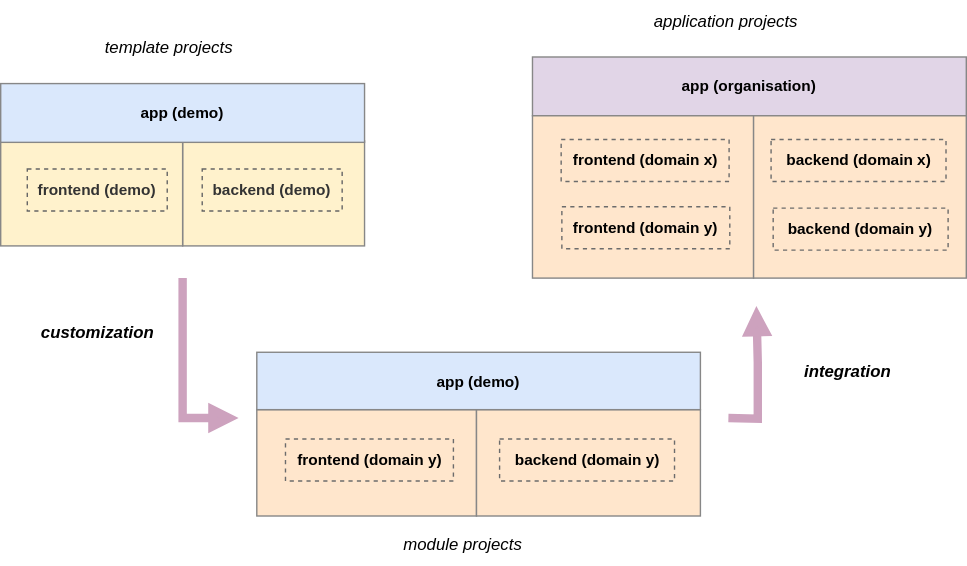
Before: docs/diagrams/pigal_development_cycle.drawio.svg, a diagram exported from draw.io (MalcomChumchouaPenda/Pigal-Flask). Source tidied: cells renumbered, new cells last; positions are measured from the earlier drawing's top-left corner, leaving out a move shared by most shapes.
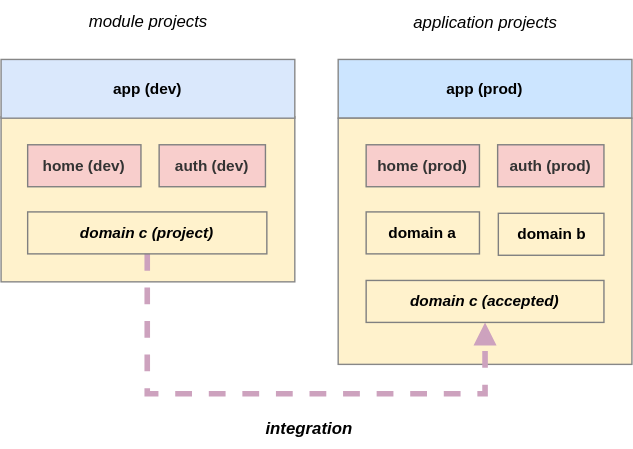
Above is the later version.

Diff of the diagram source:
```diff
@@ -2,86 +2,58 @@
   <root>
     <mxCell id="0" />
     <mxCell id="1" parent="0" />
-    <mxCell id="2" style="rounded=0;whiteSpace=wrap;html=1;fillColor=#fff2cc;strokeColor=#878787;fontStyle=1;fontSize=11;" parent="1" vertex="1">
-      <mxGeometry x="130" y="100" width="130" height="75" as="geometry" />
-    </mxCell>
-    <mxCell id="3" style="rounded=0;whiteSpace=wrap;html=1;fillColor=#fff2cc;strokeColor=#878787;fontStyle=1;fontSize=11;" parent="1" vertex="1">
-      <mxGeometry y="100" width="130" height="75" as="geometry" />
+    <mxCell id="3" style="rounded=0;whiteSpace=wrap;html=1;fillColor=#FFF2CC;strokeColor=#878787;fontStyle=1;fontSize=11;" parent="1" vertex="1">
+      <mxGeometry x="-49" y="21" width="210" height="118" as="geometry" />
     </mxCell>
-    <mxCell id="4" style="rounded=0;orthogonalLoop=1;jettySize=auto;html=1;strokeWidth=6;strokeColor=#CDA2BE;endArrow=block;endFill=1;edgeStyle=orthogonalEdgeStyle;" parent="1" edge="1">
-      <mxGeometry relative="1" as="geometry">
-        <mxPoint x="130" y="198" as="sourcePoint" />
-        <mxPoint x="170" y="298" as="targetPoint" />
-        <Array as="points">
-          <mxPoint x="130" y="298" />
-        </Array>
-      </mxGeometry>
-    </mxCell>
-    <mxCell id="5" style="rounded=0;whiteSpace=wrap;html=1;fillColor=#ffe6cc;strokeColor=#878787;fontStyle=1;fontSize=11;" parent="1" vertex="1">
-      <mxGeometry x="183" y="292" width="157" height="76" as="geometry" />
-    </mxCell>
-    <mxCell id="6" style="rounded=0;orthogonalLoop=1;jettySize=auto;html=1;strokeWidth=6;endArrow=block;endFill=1;strokeColor=#CDA2BE;edgeStyle=orthogonalEdgeStyle;" parent="1" edge="1">
-      <mxGeometry relative="1" as="geometry">
-        <mxPoint x="520" y="298" as="sourcePoint" />
-        <mxPoint x="540" y="218" as="targetPoint" />
-      </mxGeometry>
-    </mxCell>
-    <mxCell id="7" value="app (organisation)" style="rounded=0;whiteSpace=wrap;html=1;fillColor=#e1d5e7;fontStyle=1;fontSize=11;strokeColor=#878787;" parent="1" vertex="1">
-      <mxGeometry x="380" y="40" width="310" height="42" as="geometry" />
+    <mxCell id="7" value="app (prod)" style="rounded=0;whiteSpace=wrap;html=1;fillColor=#CCE5FF;fontStyle=1;fontSize=11;strokeColor=#878787;" parent="1" vertex="1">
+      <mxGeometry x="192" y="-20" width="210" height="42" as="geometry" />
     </mxCell>
-    <mxCell id="8" value="integration" style="text;html=1;strokeColor=none;fillColor=none;align=center;verticalAlign=middle;rounded=0;fontStyle=3;fontSize=12;" parent="1" vertex="1">
-      <mxGeometry x="560" y="250" width="90" height="30" as="geometry" />
-    </mxCell>
-    <mxCell id="9" value="customization" style="text;html=1;strokeColor=none;fillColor=none;align=center;verticalAlign=middle;rounded=0;fontStyle=3;fontSize=12;" parent="1" vertex="1">
-      <mxGeometry x="19" y="221.5" width="100" height="30" as="geometry" />
+    <mxCell id="9" value="integration" style="text;html=1;strokeColor=none;fillColor=none;align=center;verticalAlign=middle;rounded=0;fontStyle=3;fontSize=12;" parent="1" vertex="1">
+      <mxGeometry x="121" y="229" width="100" height="30" as="geometry" />
     </mxCell>
-    <mxCell id="10" value="module projects" style="text;html=1;strokeColor=none;fillColor=none;align=center;verticalAlign=middle;rounded=0;fontStyle=2;fontSize=12;" parent="1" vertex="1">
-      <mxGeometry x="272" y="374" width="115" height="30" as="geometry" />
-    </mxCell>
-    <mxCell id="11" value="template projects" style="text;html=1;strokeColor=none;fillColor=none;align=center;verticalAlign=middle;rounded=0;fontStyle=2;fontSize=12;" parent="1" vertex="1">
-      <mxGeometry x="39.5" y="19" width="160" height="30" as="geometry" />
+    <mxCell id="11" value="module projects" style="text;html=1;strokeColor=none;fillColor=none;align=center;verticalAlign=middle;rounded=0;fontStyle=2;fontSize=12;" parent="1" vertex="1">
+      <mxGeometry x="-49" y="-62" width="210" height="30" as="geometry" />
     </mxCell>
     <mxCell id="12" value="application projects" style="text;html=1;strokeColor=none;fillColor=none;align=center;verticalAlign=middle;rounded=0;fontStyle=2;fontSize=12;" parent="1" vertex="1">
-      <mxGeometry x="438" width="160" height="30" as="geometry" />
+      <mxGeometry x="192" y="-61" width="210" height="30" as="geometry" />
     </mxCell>
-    <mxCell id="13" value="app (demo)" style="rounded=0;whiteSpace=wrap;html=1;fillColor=#dae8fc;fontStyle=1;fontSize=11;strokeColor=#878787;" parent="1" vertex="1">
-      <mxGeometry y="59" width="260" height="42" as="geometry" />
+    <mxCell id="13" value="app (dev)" style="rounded=0;whiteSpace=wrap;html=1;fillColor=#dae8fc;fontStyle=1;fontSize=11;strokeColor=#878787;" parent="1" vertex="1">
+      <mxGeometry x="-49" y="-20" width="210" height="42" as="geometry" />
     </mxCell>
-    <mxCell id="14" style="rounded=0;whiteSpace=wrap;html=1;fillColor=#ffe6cc;strokeColor=#878787;fontStyle=1;fontSize=11;" parent="1" vertex="1">
-      <mxGeometry x="340" y="292" width="160" height="76" as="geometry" />
-    </mxCell>
-    <mxCell id="15" value="app (demo)" style="rounded=0;whiteSpace=wrap;html=1;fillColor=#dae8fc;fontStyle=1;fontSize=11;strokeColor=#878787;" parent="1" vertex="1">
-      <mxGeometry x="183" y="251" width="317" height="41" as="geometry" />
-    </mxCell>
-    <mxCell id="16" style="rounded=0;whiteSpace=wrap;html=1;fillColor=#ffe6cc;strokeColor=#878787;fontStyle=1;fontSize=11;" parent="1" vertex="1">
-      <mxGeometry x="380" y="82" width="158" height="116" as="geometry" />
+    <mxCell id="16" style="rounded=0;whiteSpace=wrap;html=1;fillColor=#FFF2CC;strokeColor=#878787;fontStyle=1;fontSize=11;" parent="1" vertex="1">
+      <mxGeometry x="192" y="22" width="210" height="176" as="geometry" />
     </mxCell>
-    <mxCell id="17" style="rounded=0;whiteSpace=wrap;html=1;fillColor=#ffe6cc;strokeColor=#878787;fontStyle=1;fontSize=11;" parent="1" vertex="1">
-      <mxGeometry x="538" y="82" width="152" height="116" as="geometry" />
-    </mxCell>
-    <mxCell id="18" value="frontend (demo)" style="text;html=1;align=center;verticalAlign=middle;whiteSpace=wrap;rounded=0;fontSize=11;fontStyle=1;dashed=1;fillColor=none;fontColor=#333333;strokeColor=#666666;" parent="1" vertex="1">
-      <mxGeometry x="19" y="120" width="100" height="30" as="geometry" />
+    <mxCell id="18" value="home (dev)" style="text;html=1;align=center;verticalAlign=middle;whiteSpace=wrap;rounded=0;fontSize=11;fontStyle=1;fillColor=#F8CECC;fontColor=#333333;strokeColor=#808080;" parent="1" vertex="1">
+      <mxGeometry x="-30" y="41" width="81" height="30" as="geometry" />
     </mxCell>
-    <mxCell id="19" value="frontend (domain x)" style="text;html=1;align=center;verticalAlign=middle;whiteSpace=wrap;rounded=0;fontSize=11;fontStyle=1;fillColor=none;strokeColor=#6C6C6C;dashed=1;" parent="1" vertex="1">
-      <mxGeometry x="400.5" y="99" width="120" height="30" as="geometry" />
-    </mxCell>
-    <mxCell id="20" value="backend (domain x)" style="text;html=1;align=center;verticalAlign=middle;whiteSpace=wrap;rounded=0;fontSize=11;fontStyle=1;fillColor=none;strokeColor=#6C6C6C;dashed=1;" parent="1" vertex="1">
-      <mxGeometry x="550.5" y="99" width="125" height="30" as="geometry" />
-    </mxCell>
-    <mxCell id="21" value="frontend (domain y)" style="text;html=1;align=center;verticalAlign=middle;whiteSpace=wrap;rounded=0;fontSize=11;fontStyle=1;fillColor=none;strokeColor=#6C6C6C;dashed=1;" parent="1" vertex="1">
-      <mxGeometry x="401" y="147" width="120" height="30" as="geometry" />
-    </mxCell>
-    <mxCell id="22" value="backend (domain y)" style="text;html=1;align=center;verticalAlign=middle;whiteSpace=wrap;rounded=0;fontSize=11;fontStyle=1;fillColor=none;strokeColor=#6C6C6C;dashed=1;" parent="1" vertex="1">
-      <mxGeometry x="552" y="148" width="125" height="30" as="geometry" />
-    </mxCell>
+    <mxCell id="4" style="rounded=0;jettySize=auto;html=1;strokeWidth=4;strokeColor=#CDA2BE;endArrow=block;endFill=1;edgeStyle=orthogonalEdgeStyle;entryX=0.5;entryY=1;entryDx=0;entryDy=0;exitX=0.5;exitY=1;exitDx=0;exitDy=0;dashed=1;" parent="1" edge="1" source="23" target="30">
+      <mxGeometry relative="1" as="geometry">
+        <Array as="points">
+          <mxPoint x="56" y="219" />
+          <mxPoint x="297" y="219" />
+        </Array>
+      </mxGeometry>
+    </mxCell>
-    <mxCell id="23" value="frontend (domain y)" style="text;html=1;align=center;verticalAlign=middle;whiteSpace=wrap;rounded=0;fontSize=11;fontStyle=1;fillColor=none;strokeColor=#6C6C6C;dashed=1;" parent="1" vertex="1">
-      <mxGeometry x="203.5" y="313" width="120" height="30" as="geometry" />
+    <mxCell id="23" value="domain c (project)" style="text;html=1;align=center;verticalAlign=middle;whiteSpace=wrap;rounded=0;fontSize=11;fontStyle=3;fillColor=none;strokeColor=#808080;" parent="1" vertex="1">
+      <mxGeometry x="-30" y="89" width="171" height="30" as="geometry" />
     </mxCell>
-    <mxCell id="24" value="backend (domain y)" style="text;html=1;align=center;verticalAlign=middle;whiteSpace=wrap;rounded=0;fontSize=11;fontStyle=1;fillColor=none;strokeColor=#6C6C6C;dashed=1;" parent="1" vertex="1">
-      <mxGeometry x="356.5" y="313" width="125" height="30" as="geometry" />
-    </mxCell>
-    <mxCell id="25" value="backend (demo)" style="text;html=1;align=center;verticalAlign=middle;whiteSpace=wrap;rounded=0;fontSize=11;fontStyle=1;dashed=1;fillColor=none;fontColor=#333333;strokeColor=#666666;" parent="1" vertex="1">
-      <mxGeometry x="144" y="120" width="100" height="30" as="geometry" />
+    <mxCell id="25" value="auth (dev)" style="text;html=1;align=center;verticalAlign=middle;whiteSpace=wrap;rounded=0;fontSize=11;fontStyle=1;fillColor=#F8CECC;fontColor=#333333;strokeColor=#808080;" parent="1" vertex="1">
+      <mxGeometry x="64" y="41" width="76" height="30" as="geometry" />
     </mxCell>
+    <mxCell id="26" value="home (prod)" style="text;html=1;align=center;verticalAlign=middle;whiteSpace=wrap;rounded=0;fontSize=11;fontStyle=1;fillColor=#F8CECC;fontColor=#333333;strokeColor=#808080;" parent="1" vertex="1">
+      <mxGeometry x="212" y="41" width="81" height="30" as="geometry" />
+    </mxCell>
+    <mxCell id="27" value="domain a" style="text;html=1;align=center;verticalAlign=middle;whiteSpace=wrap;rounded=0;fontSize=11;fontStyle=1;fillColor=none;strokeColor=#808080;" parent="1" vertex="1">
+      <mxGeometry x="212" y="89" width="81" height="30" as="geometry" />
+    </mxCell>
+    <mxCell id="28" value="auth (prod)" style="text;html=1;align=center;verticalAlign=middle;whiteSpace=wrap;rounded=0;fontSize=11;fontStyle=1;fillColor=#F8CECC;fontColor=#333333;strokeColor=#808080;" parent="1" vertex="1">
+      <mxGeometry x="306" y="41" width="76" height="30" as="geometry" />
+    </mxCell>
+    <mxCell id="29" value="domain b" style="text;html=1;align=center;verticalAlign=middle;whiteSpace=wrap;rounded=0;fontSize=11;fontStyle=1;fillColor=none;strokeColor=#808080;" parent="1" vertex="1">
+      <mxGeometry x="306.5" y="90" width="75.5" height="30" as="geometry" />
+    </mxCell>
+    <mxCell id="30" value="domain c (accepted)" style="text;html=1;align=center;verticalAlign=middle;whiteSpace=wrap;rounded=0;fontSize=11;fontStyle=3;fillColor=none;strokeColor=#808080;" parent="1" vertex="1">
+      <mxGeometry x="212" y="138" width="170" height="30" as="geometry" />
+    </mxCell>
   </root>
 </mxGraphModel>
```
